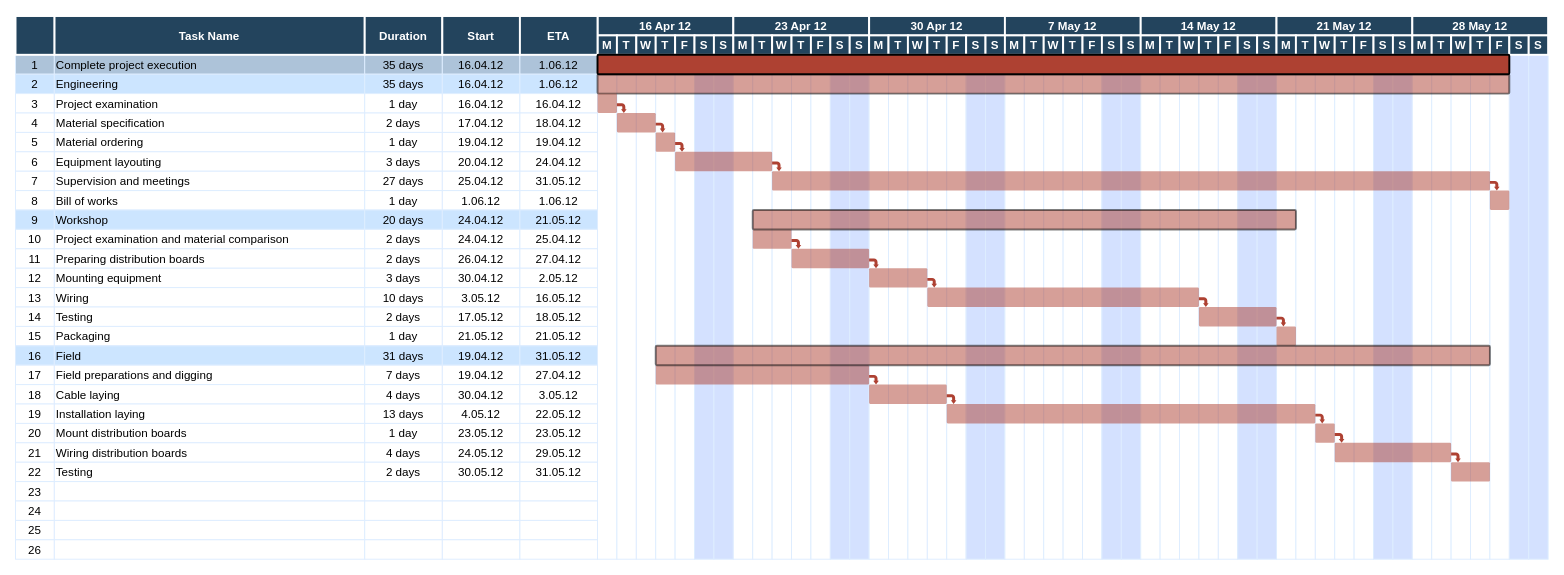
Earlier version of the draw.io diagram 弘宣人员任务.drawio (tanbw/documents). Source tidied: cells renumbered, new cells numbered last; positions are measured from the earlier drawing's top-left corner, leaving out a move shared by most shapes. Both pictures are drawn from the tidied source at 97%, with x=0, y=0 at pixel (15, 16).
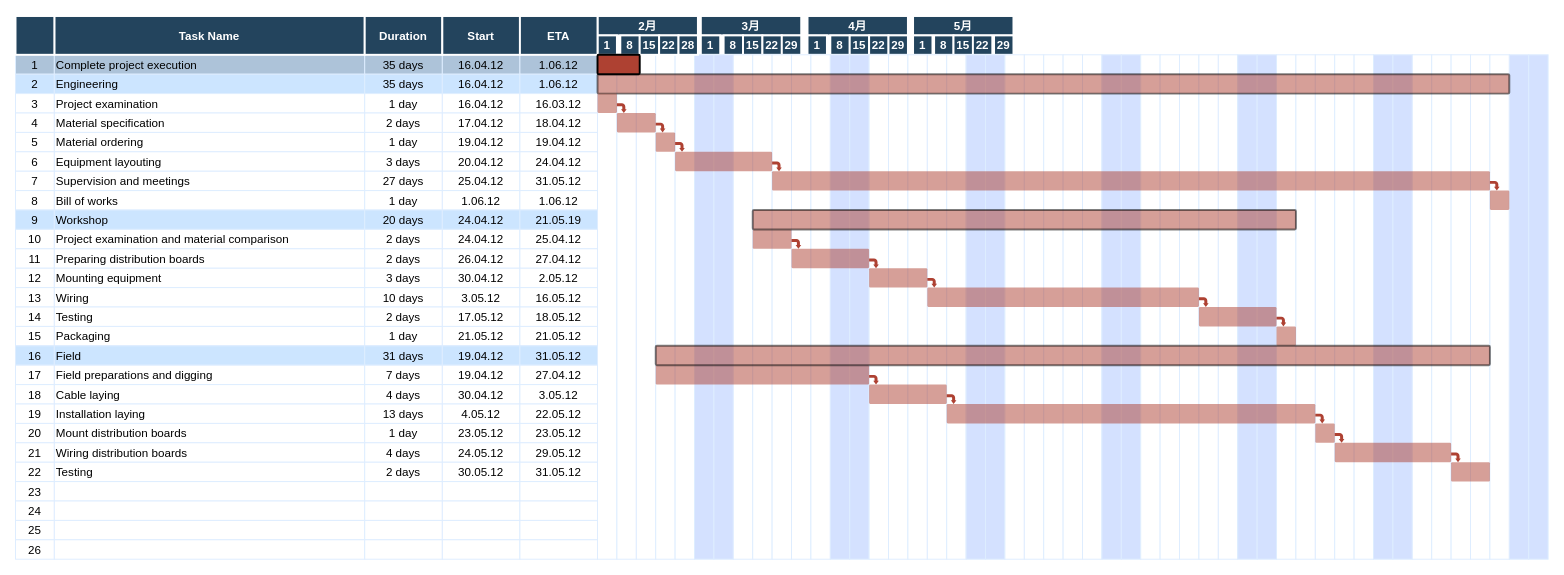
Above is the later version.

Commit message:
更新弘宣人员任务.drawio

Change to the diagram source:
```diff
@@
+    <mxCell id="279" value="4月" style="fillColor=#23445D;strokeColor=#FFFFFF;strokeWidth=2;fontColor=#FFFFFF;fontStyle=1;" parent="1" vertex="1">
+      <mxGeometry x="817" width="103.5" height="20" as="geometry" />
+    </mxCell>
+    <mxCell id="280" value="1" style="fillColor=#23445D;strokeColor=#FFFFFF;strokeWidth=2;fontColor=#FFFFFF;fontStyle=1;" parent="1" vertex="1">
+      <mxGeometry x="817" y="20" width="20" height="20" as="geometry" />
+    </mxCell>
+    <mxCell id="281" value="8" style="fillColor=#23445D;strokeColor=#FFFFFF;strokeWidth=2;fontColor=#FFFFFF;fontStyle=1;" parent="1" vertex="1">
+      <mxGeometry x="840.5" y="20" width="20" height="20" as="geometry" />
+    </mxCell>
+    <mxCell id="282" value="15" style="fillColor=#23445D;strokeColor=#FFFFFF;strokeWidth=2;fontColor=#FFFFFF;fontStyle=1;" parent="1" vertex="1">
+      <mxGeometry x="860.5" y="20" width="20" height="20" as="geometry" />
+    </mxCell>
+    <mxCell id="283" value="22" style="fillColor=#23445D;strokeColor=#FFFFFF;strokeWidth=2;fontColor=#FFFFFF;fontStyle=1;" parent="1" vertex="1">
+      <mxGeometry x="880.5" y="20" width="20" height="20" as="geometry" />
+    </mxCell>
+    <mxCell id="284" value="29" style="fillColor=#23445D;strokeColor=#FFFFFF;strokeWidth=2;fontColor=#FFFFFF;fontStyle=1;" parent="1" vertex="1">
+      <mxGeometry x="900.5" y="20" width="20" height="20" as="geometry" />
+    </mxCell>
+    <mxCell id="285" value="5月" style="fillColor=#23445D;strokeColor=#FFFFFF;strokeWidth=2;fontColor=#FFFFFF;fontStyle=1;" parent="1" vertex="1">
+      <mxGeometry x="925.8" width="103.5" height="20" as="geometry" />
+    </mxCell>
+    <mxCell id="286" value="1" style="fillColor=#23445D;strokeColor=#FFFFFF;strokeWidth=2;fontColor=#FFFFFF;fontStyle=1;" parent="1" vertex="1">
+      <mxGeometry x="925.8" y="20" width="20" height="20" as="geometry" />
+    </mxCell>
+    <mxCell id="287" value="8" style="fillColor=#23445D;strokeColor=#FFFFFF;strokeWidth=2;fontColor=#FFFFFF;fontStyle=1;" parent="1" vertex="1">
+      <mxGeometry x="947.5" y="20" width="20" height="20" as="geometry" />
+    </mxCell>
+    <mxCell id="288" value="15" style="fillColor=#23445D;strokeColor=#FFFFFF;strokeWidth=2;fontColor=#FFFFFF;fontStyle=1;" parent="1" vertex="1">
+      <mxGeometry x="967.5" y="20" width="20" height="20" as="geometry" />
+    </mxCell>
+    <mxCell id="289" value="22" style="fillColor=#23445D;strokeColor=#FFFFFF;strokeWidth=2;fontColor=#FFFFFF;fontStyle=1;" parent="1" vertex="1">
+      <mxGeometry x="987.5" y="20" width="20" height="20" as="geometry" />
+    </mxCell>
+    <mxCell id="290" value="29" style="fillColor=#23445D;strokeColor=#FFFFFF;strokeWidth=2;fontColor=#FFFFFF;fontStyle=1;" parent="1" vertex="1">
+      <mxGeometry x="1009.3" y="20" width="20" height="20" as="geometry" />
+    </mxCell>
+    <mxCell id="291" value="3月" style="fillColor=#23445D;strokeColor=#FFFFFF;strokeWidth=2;fontColor=#FFFFFF;fontStyle=1;" parent="1" vertex="1">
+      <mxGeometry x="707" width="103.5" height="20" as="geometry" />
+    </mxCell>
+    <mxCell id="292" value="1" style="fillColor=#23445D;strokeColor=#FFFFFF;strokeWidth=2;fontColor=#FFFFFF;fontStyle=1;" parent="1" vertex="1">
+      <mxGeometry x="707" y="20" width="20" height="20" as="geometry" />
+    </mxCell>
+    <mxCell id="293" value="8" style="fillColor=#23445D;strokeColor=#FFFFFF;strokeWidth=2;fontColor=#FFFFFF;fontStyle=1;" parent="1" vertex="1">
+      <mxGeometry x="730.5" y="20" width="20" height="20" as="geometry" />
+    </mxCell>
+    <mxCell id="294" value="15" style="fillColor=#23445D;strokeColor=#FFFFFF;strokeWidth=2;fontColor=#FFFFFF;fontStyle=1;" parent="1" vertex="1">
+      <mxGeometry x="750.5" y="20" width="20" height="20" as="geometry" />
+    </mxCell>
+    <mxCell id="295" value="22" style="fillColor=#23445D;strokeColor=#FFFFFF;strokeWidth=2;fontColor=#FFFFFF;fontStyle=1;" parent="1" vertex="1">
+      <mxGeometry x="770.5" y="20" width="20" height="20" as="geometry" />
+    </mxCell>
+    <mxCell id="296" value="29" style="fillColor=#23445D;strokeColor=#FFFFFF;strokeWidth=2;fontColor=#FFFFFF;fontStyle=1;" parent="1" vertex="1">
+      <mxGeometry x="790.5" y="20" width="20" height="20" as="geometry" />
+    </mxCell>
@@
-    <mxCell id="17" value="16.04.12" style="strokeColor=#DEEDFF;" parent="1" vertex="1">
+    <mxCell id="17" value="16.03.12" style="strokeColor=#DEEDFF;" parent="1" vertex="1">
       <mxGeometry x="520.5" y="80" width="80" height="20" as="geometry" />
     </mxCell>
@@
-    <mxCell id="47" value="21.05.12" style="strokeColor=#DEEDFF;fillColor=#CCE5FF;" parent="1" vertex="1">
+    <mxCell id="47" value="21.05.19" style="strokeColor=#DEEDFF;fillColor=#CCE5FF;" parent="1" vertex="1">
       <mxGeometry x="520.5" y="200" width="80" height="20" as="geometry" />
     </mxCell>
@@
-    <mxCell id="183" value="16 Apr 12" style="fillColor=#23445D;strokeColor=#FFFFFF;strokeWidth=2;fontColor=#FFFFFF;fontStyle=1;" parent="1" vertex="1">
-      <mxGeometry x="600.5" width="140" height="20" as="geometry" />
+    <mxCell id="183" value="2月" style="fillColor=#23445D;strokeColor=#FFFFFF;strokeWidth=2;fontColor=#FFFFFF;fontStyle=1;" parent="1" vertex="1">
+      <mxGeometry x="600.5" width="103.5" height="20" as="geometry" />
     </mxCell>
-    <mxCell id="184" value="M" style="fillColor=#23445D;strokeColor=#FFFFFF;strokeWidth=2;fontColor=#FFFFFF;fontStyle=1;" parent="1" vertex="1">
+    <mxCell id="184" value="1" style="fillColor=#23445D;strokeColor=#FFFFFF;strokeWidth=2;fontColor=#FFFFFF;fontStyle=1;" parent="1" vertex="1">
       <mxGeometry x="600.5" y="20" width="20" height="20" as="geometry" />
     </mxCell>
-    <mxCell id="185" value="T" style="fillColor=#23445D;strokeColor=#FFFFFF;strokeWidth=2;fontColor=#FFFFFF;fontStyle=1;" parent="1" vertex="1">
-      <mxGeometry x="620.5" y="20" width="20" height="20" as="geometry" />
+    <mxCell id="185" value="8" style="fillColor=#23445D;strokeColor=#FFFFFF;strokeWidth=2;fontColor=#FFFFFF;fontStyle=1;" parent="1" vertex="1">
+      <mxGeometry x="624" y="20" width="20" height="20" as="geometry" />
     </mxCell>
-    <mxCell id="186" value="W" style="fillColor=#23445D;strokeColor=#FFFFFF;strokeWidth=2;fontColor=#FFFFFF;fontStyle=1;" parent="1" vertex="1">
-      <mxGeometry x="640.5" y="20" width="20" height="20" as="geometry" />
+    <mxCell id="186" value="15" style="fillColor=#23445D;strokeColor=#FFFFFF;strokeWidth=2;fontColor=#FFFFFF;fontStyle=1;" parent="1" vertex="1">
+      <mxGeometry x="644" y="20" width="20" height="20" as="geometry" />
     </mxCell>
-    <mxCell id="187" value="T" style="fillColor=#23445D;strokeColor=#FFFFFF;strokeWidth=2;fontColor=#FFFFFF;fontStyle=1;" parent="1" vertex="1">
-      <mxGeometry x="660.5" y="20" width="20" height="20" as="geometry" />
+    <mxCell id="187" value="22" style="fillColor=#23445D;strokeColor=#FFFFFF;strokeWidth=2;fontColor=#FFFFFF;fontStyle=1;" parent="1" vertex="1">
+      <mxGeometry x="664" y="20" width="20" height="20" as="geometry" />
     </mxCell>
-    <mxCell id="188" value="F" style="fillColor=#23445D;strokeColor=#FFFFFF;strokeWidth=2;fontColor=#FFFFFF;fontStyle=1;" parent="1" vertex="1">
-      <mxGeometry x="680.5" y="20" width="20" height="20" as="geometry" />
-    </mxCell>
-    <mxCell id="189" value="S" style="fillColor=#23445D;strokeColor=#FFFFFF;strokeWidth=2;fontColor=#FFFFFF;fontStyle=1;" parent="1" vertex="1">
-      <mxGeometry x="700.5" y="20" width="20" height="20" as="geometry" />
-    </mxCell>
-    <mxCell id="190" value="S" style="fillColor=#23445D;strokeColor=#FFFFFF;strokeWidth=2;fontColor=#FFFFFF;fontStyle=1;" parent="1" vertex="1">
-      <mxGeometry x="720.5" y="20" width="20" height="20" as="geometry" />
+    <mxCell id="190" value="28" style="fillColor=#23445D;strokeColor=#FFFFFF;strokeWidth=2;fontColor=#FFFFFF;fontStyle=1;" parent="1" vertex="1">
+      <mxGeometry x="684" y="20" width="20" height="20" as="geometry" />
     </mxCell>
@@
-    <mxCell id="194" value="23 Apr 12" style="fillColor=#23445D;strokeColor=#FFFFFF;strokeWidth=2;fontColor=#FFFFFF;fontStyle=1;" parent="1" vertex="1">
-      <mxGeometry x="740.5" width="140" height="20" as="geometry" />
-    </mxCell>
-    <mxCell id="195" value="M" style="fillColor=#23445D;strokeColor=#FFFFFF;strokeWidth=2;fontColor=#FFFFFF;fontStyle=1;" parent="1" vertex="1">
-      <mxGeometry x="740.5" y="20" width="20" height="20" as="geometry" />
-    </mxCell>
-    <mxCell id="196" value="T" style="fillColor=#23445D;strokeColor=#FFFFFF;strokeWidth=2;fontColor=#FFFFFF;fontStyle=1;" parent="1" vertex="1">
-      <mxGeometry x="760.5" y="20" width="20" height="20" as="geometry" />
-    </mxCell>
-    <mxCell id="197" value="W" style="fillColor=#23445D;strokeColor=#FFFFFF;strokeWidth=2;fontColor=#FFFFFF;fontStyle=1;" parent="1" vertex="1">
-      <mxGeometry x="780.5" y="20" width="20" height="20" as="geometry" />
-    </mxCell>
-    <mxCell id="198" value="T" style="fillColor=#23445D;strokeColor=#FFFFFF;strokeWidth=2;fontColor=#FFFFFF;fontStyle=1;" parent="1" vertex="1">
-      <mxGeometry x="800.5" y="20" width="20" height="20" as="geometry" />
-    </mxCell>
-    <mxCell id="199" value="F" style="fillColor=#23445D;strokeColor=#FFFFFF;strokeWidth=2;fontColor=#FFFFFF;fontStyle=1;" parent="1" vertex="1">
-      <mxGeometry x="820.5" y="20" width="20" height="20" as="geometry" />
-    </mxCell>
-    <mxCell id="200" value="S" style="fillColor=#23445D;strokeColor=#FFFFFF;strokeWidth=2;fontColor=#FFFFFF;fontStyle=1;" parent="1" vertex="1">
-      <mxGeometry x="840.5" y="20" width="20" height="20" as="geometry" />
-    </mxCell>
-    <mxCell id="201" value="S" style="fillColor=#23445D;strokeColor=#FFFFFF;strokeWidth=2;fontColor=#FFFFFF;fontStyle=1;" parent="1" vertex="1">
-      <mxGeometry x="860.5" y="20" width="20" height="20" as="geometry" />
-    </mxCell>
-    <mxCell id="202" value="30 Apr 12" style="fillColor=#23445D;strokeColor=#FFFFFF;strokeWidth=2;fontColor=#FFFFFF;fontStyle=1;" parent="1" vertex="1">
-      <mxGeometry x="880.5" width="140" height="20" as="geometry" />
-    </mxCell>
-    <mxCell id="203" value="M" style="fillColor=#23445D;strokeColor=#FFFFFF;strokeWidth=2;fontColor=#FFFFFF;fontStyle=1;" parent="1" vertex="1">
-      <mxGeometry x="880.5" y="20" width="20" height="20" as="geometry" />
-    </mxCell>
-    <mxCell id="204" value="T" style="fillColor=#23445D;strokeColor=#FFFFFF;strokeWidth=2;fontColor=#FFFFFF;fontStyle=1;" parent="1" vertex="1">
-      <mxGeometry x="900.5" y="20" width="20" height="20" as="geometry" />
-    </mxCell>
-    <mxCell id="205" value="W" style="fillColor=#23445D;strokeColor=#FFFFFF;strokeWidth=2;fontColor=#FFFFFF;fontStyle=1;" parent="1" vertex="1">
-      <mxGeometry x="920.5" y="20" width="20" height="20" as="geometry" />
-    </mxCell>
-    <mxCell id="206" value="T" style="fillColor=#23445D;strokeColor=#FFFFFF;strokeWidth=2;fontColor=#FFFFFF;fontStyle=1;" parent="1" vertex="1">
-      <mxGeometry x="940.5" y="20" width="20" height="20" as="geometry" />
-    </mxCell>
-    <mxCell id="207" value="F" style="fillColor=#23445D;strokeColor=#FFFFFF;strokeWidth=2;fontColor=#FFFFFF;fontStyle=1;" parent="1" vertex="1">
-      <mxGeometry x="960.5" y="20" width="20" height="20" as="geometry" />
-    </mxCell>
-    <mxCell id="208" value="S" style="fillColor=#23445D;strokeColor=#FFFFFF;strokeWidth=2;fontColor=#FFFFFF;fontStyle=1;" parent="1" vertex="1">
-      <mxGeometry x="980.5" y="20" width="20" height="20" as="geometry" />
-    </mxCell>
-    <mxCell id="209" value="S" style="fillColor=#23445D;strokeColor=#FFFFFF;strokeWidth=2;fontColor=#FFFFFF;fontStyle=1;" parent="1" vertex="1">
-      <mxGeometry x="1000.5" y="20" width="20" height="20" as="geometry" />
-    </mxCell>
-    <mxCell id="210" value="7 May 12" style="fillColor=#23445D;strokeColor=#FFFFFF;strokeWidth=2;fontColor=#FFFFFF;fontStyle=1;" parent="1" vertex="1">
-      <mxGeometry x="1020.5" width="140" height="20" as="geometry" />
-    </mxCell>
-    <mxCell id="211" value="M" style="fillColor=#23445D;strokeColor=#FFFFFF;strokeWidth=2;fontColor=#FFFFFF;fontStyle=1;" parent="1" vertex="1">
-      <mxGeometry x="1020.5" y="20" width="20" height="20" as="geometry" />
-    </mxCell>
-    <mxCell id="212" value="T" style="fillColor=#23445D;strokeColor=#FFFFFF;strokeWidth=2;fontColor=#FFFFFF;fontStyle=1;" parent="1" vertex="1">
-      <mxGeometry x="1040.5" y="20" width="20" height="20" as="geometry" />
-    </mxCell>
-    <mxCell id="213" value="W" style="fillColor=#23445D;strokeColor=#FFFFFF;strokeWidth=2;fontColor=#FFFFFF;fontStyle=1;" parent="1" vertex="1">
-      <mxGeometry x="1060.5" y="20" width="20" height="20" as="geometry" />
-    </mxCell>
-    <mxCell id="214" value="T" style="fillColor=#23445D;strokeColor=#FFFFFF;strokeWidth=2;fontColor=#FFFFFF;fontStyle=1;" parent="1" vertex="1">
-      <mxGeometry x="1080.5" y="20" width="20" height="20" as="geometry" />
-    </mxCell>
-    <mxCell id="215" value="F" style="fillColor=#23445D;strokeColor=#FFFFFF;strokeWidth=2;fontColor=#FFFFFF;fontStyle=1;" parent="1" vertex="1">
-      <mxGeometry x="1100.5" y="20" width="20" height="20" as="geometry" />
-    </mxCell>
-    <mxCell id="216" value="S" style="fillColor=#23445D;strokeColor=#FFFFFF;strokeWidth=2;fontColor=#FFFFFF;fontStyle=1;" parent="1" vertex="1">
-      <mxGeometry x="1120.5" y="20" width="20" height="20" as="geometry" />
-    </mxCell>
-    <mxCell id="217" value="S" style="fillColor=#23445D;strokeColor=#FFFFFF;strokeWidth=2;fontColor=#FFFFFF;fontStyle=1;" parent="1" vertex="1">
-      <mxGeometry x="1140.5" y="20" width="20" height="20" as="geometry" />
-    </mxCell>
-    <mxCell id="218" value="14 May 12" style="fillColor=#23445D;strokeColor=#FFFFFF;strokeWidth=2;fontColor=#FFFFFF;fontStyle=1;" parent="1" vertex="1">
-      <mxGeometry x="1160.5" width="140" height="20" as="geometry" />
-    </mxCell>
-    <mxCell id="219" value="M" style="fillColor=#23445D;strokeColor=#FFFFFF;strokeWidth=2;fontColor=#FFFFFF;fontStyle=1;" parent="1" vertex="1">
-      <mxGeometry x="1160.5" y="20" width="20" height="20" as="geometry" />
-    </mxCell>
-    <mxCell id="220" value="T" style="fillColor=#23445D;strokeColor=#FFFFFF;strokeWidth=2;fontColor=#FFFFFF;fontStyle=1;" parent="1" vertex="1">
-      <mxGeometry x="1180.5" y="20" width="20" height="20" as="geometry" />
-    </mxCell>
-    <mxCell id="221" value="W" style="fillColor=#23445D;strokeColor=#FFFFFF;strokeWidth=2;fontColor=#FFFFFF;fontStyle=1;" parent="1" vertex="1">
-      <mxGeometry x="1200.5" y="20" width="20" height="20" as="geometry" />
-    </mxCell>
-    <mxCell id="222" value="T" style="fillColor=#23445D;strokeColor=#FFFFFF;strokeWidth=2;fontColor=#FFFFFF;fontStyle=1;" parent="1" vertex="1">
-      <mxGeometry x="1220.5" y="20" width="20" height="20" as="geometry" />
-    </mxCell>
-    <mxCell id="223" value="F" style="fillColor=#23445D;strokeColor=#FFFFFF;strokeWidth=2;fontColor=#FFFFFF;fontStyle=1;" parent="1" vertex="1">
-      <mxGeometry x="1240.5" y="20" width="20" height="20" as="geometry" />
-    </mxCell>
-    <mxCell id="224" value="S" style="fillColor=#23445D;strokeColor=#FFFFFF;strokeWidth=2;fontColor=#FFFFFF;fontStyle=1;" parent="1" vertex="1">
-      <mxGeometry x="1260.5" y="20" width="20" height="20" as="geometry" />
-    </mxCell>
-    <mxCell id="225" value="S" style="fillColor=#23445D;strokeColor=#FFFFFF;strokeWidth=2;fontColor=#FFFFFF;fontStyle=1;" parent="1" vertex="1">
-      <mxGeometry x="1280.5" y="20" width="20" height="20" as="geometry" />
-    </mxCell>
-    <mxCell id="226" value="21 May 12" style="fillColor=#23445D;strokeColor=#FFFFFF;strokeWidth=2;fontColor=#FFFFFF;fontStyle=1;" parent="1" vertex="1">
-      <mxGeometry x="1300.5" width="140" height="20" as="geometry" />
-    </mxCell>
-    <mxCell id="227" value="M" style="fillColor=#23445D;strokeColor=#FFFFFF;strokeWidth=2;fontColor=#FFFFFF;fontStyle=1;" parent="1" vertex="1">
-      <mxGeometry x="1300.5" y="20" width="20" height="20" as="geometry" />
-    </mxCell>
-    <mxCell id="228" value="T" style="fillColor=#23445D;strokeColor=#FFFFFF;strokeWidth=2;fontColor=#FFFFFF;fontStyle=1;" parent="1" vertex="1">
-      <mxGeometry x="1320.5" y="20" width="20" height="20" as="geometry" />
-    </mxCell>
-    <mxCell id="229" value="W" style="fillColor=#23445D;strokeColor=#FFFFFF;strokeWidth=2;fontColor=#FFFFFF;fontStyle=1;" parent="1" vertex="1">
-      <mxGeometry x="1340.5" y="20" width="20" height="20" as="geometry" />
-    </mxCell>
-    <mxCell id="230" value="T" style="fillColor=#23445D;strokeColor=#FFFFFF;strokeWidth=2;fontColor=#FFFFFF;fontStyle=1;" parent="1" vertex="1">
-      <mxGeometry x="1360.5" y="20" width="20" height="20" as="geometry" />
-    </mxCell>
-    <mxCell id="231" value="F" style="fillColor=#23445D;strokeColor=#FFFFFF;strokeWidth=2;fontColor=#FFFFFF;fontStyle=1;" parent="1" vertex="1">
-      <mxGeometry x="1380.5" y="20" width="20" height="20" as="geometry" />
-    </mxCell>
-    <mxCell id="232" value="S" style="fillColor=#23445D;strokeColor=#FFFFFF;strokeWidth=2;fontColor=#FFFFFF;fontStyle=1;" parent="1" vertex="1">
-      <mxGeometry x="1400.5" y="20" width="20" height="20" as="geometry" />
-    </mxCell>
-    <mxCell id="233" value="S" style="fillColor=#23445D;strokeColor=#FFFFFF;strokeWidth=2;fontColor=#FFFFFF;fontStyle=1;" parent="1" vertex="1">
-      <mxGeometry x="1420.5" y="20" width="20" height="20" as="geometry" />
-    </mxCell>
-    <mxCell id="234" value="28 May 12" style="fillColor=#23445D;strokeColor=#FFFFFF;strokeWidth=2;fontColor=#FFFFFF;fontStyle=1;" parent="1" vertex="1">
-      <mxGeometry x="1440.5" width="140" height="20" as="geometry" />
-    </mxCell>
-    <mxCell id="235" value="M" style="fillColor=#23445D;strokeColor=#FFFFFF;strokeWidth=2;fontColor=#FFFFFF;fontStyle=1;" parent="1" vertex="1">
-      <mxGeometry x="1440.5" y="20" width="20" height="20" as="geometry" />
-    </mxCell>
-    <mxCell id="236" value="T" style="fillColor=#23445D;strokeColor=#FFFFFF;strokeWidth=2;fontColor=#FFFFFF;fontStyle=1;" parent="1" vertex="1">
-      <mxGeometry x="1460.5" y="20" width="20" height="20" as="geometry" />
-    </mxCell>
-    <mxCell id="237" value="W" style="fillColor=#23445D;strokeColor=#FFFFFF;strokeWidth=2;fontColor=#FFFFFF;fontStyle=1;" parent="1" vertex="1">
-      <mxGeometry x="1480.5" y="20" width="20" height="20" as="geometry" />
-    </mxCell>
-    <mxCell id="238" value="T" style="fillColor=#23445D;strokeColor=#FFFFFF;strokeWidth=2;fontColor=#FFFFFF;fontStyle=1;" parent="1" vertex="1">
-      <mxGeometry x="1500.5" y="20" width="20" height="20" as="geometry" />
-    </mxCell>
-    <mxCell id="239" value="F" style="fillColor=#23445D;strokeColor=#FFFFFF;strokeWidth=2;fontColor=#FFFFFF;fontStyle=1;" parent="1" vertex="1">
-      <mxGeometry x="1520.5" y="20" width="20" height="20" as="geometry" />
-    </mxCell>
-    <mxCell id="240" value="S" style="fillColor=#23445D;strokeColor=#FFFFFF;strokeWidth=2;fontColor=#FFFFFF;fontStyle=1;" parent="1" vertex="1">
-      <mxGeometry x="1540.5" y="20" width="20" height="20" as="geometry" />
-    </mxCell>
-    <mxCell id="241" value="S" style="fillColor=#23445D;strokeColor=#FFFFFF;strokeWidth=2;fontColor=#FFFFFF;fontStyle=1;" parent="1" vertex="1">
-      <mxGeometry x="1560.5" y="20" width="20" height="20" as="geometry" />
-    </mxCell>
@@
     <mxCell id="254" style="shape=mxgraph.flowchart.process;fillColor=#AE4132;strokeColor=#000000;strokeWidth=2;opacity=100;" parent="1" vertex="1">
-      <mxGeometry x="600.5" y="40" width="940" height="20" as="geometry" />
+      <mxGeometry x="600.5" y="40" width="43.5" height="20" as="geometry" />
     </mxCell>
```
